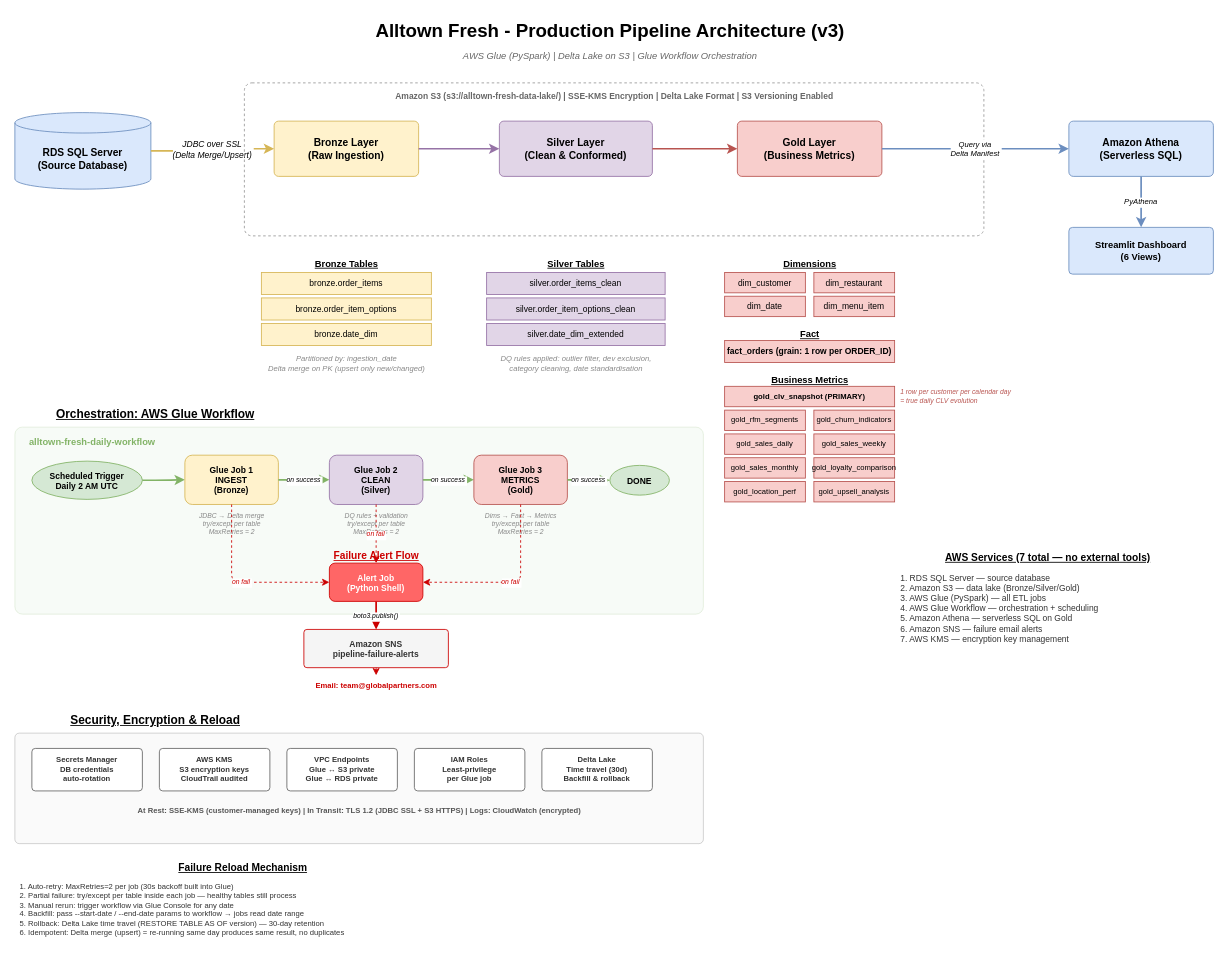
The draw.io diagram architecture_v3.drawio in baanu007/retail-medallion-pipeline, before the edit. Source tidied: cells renumbered, new cells numbered last; positions are measured from the earlier drawing's top-left corner, leaving out a move shared by most shapes. Both pictures are drawn from the tidied source at 85%, with x=0, y=0 at pixel (14, 14).
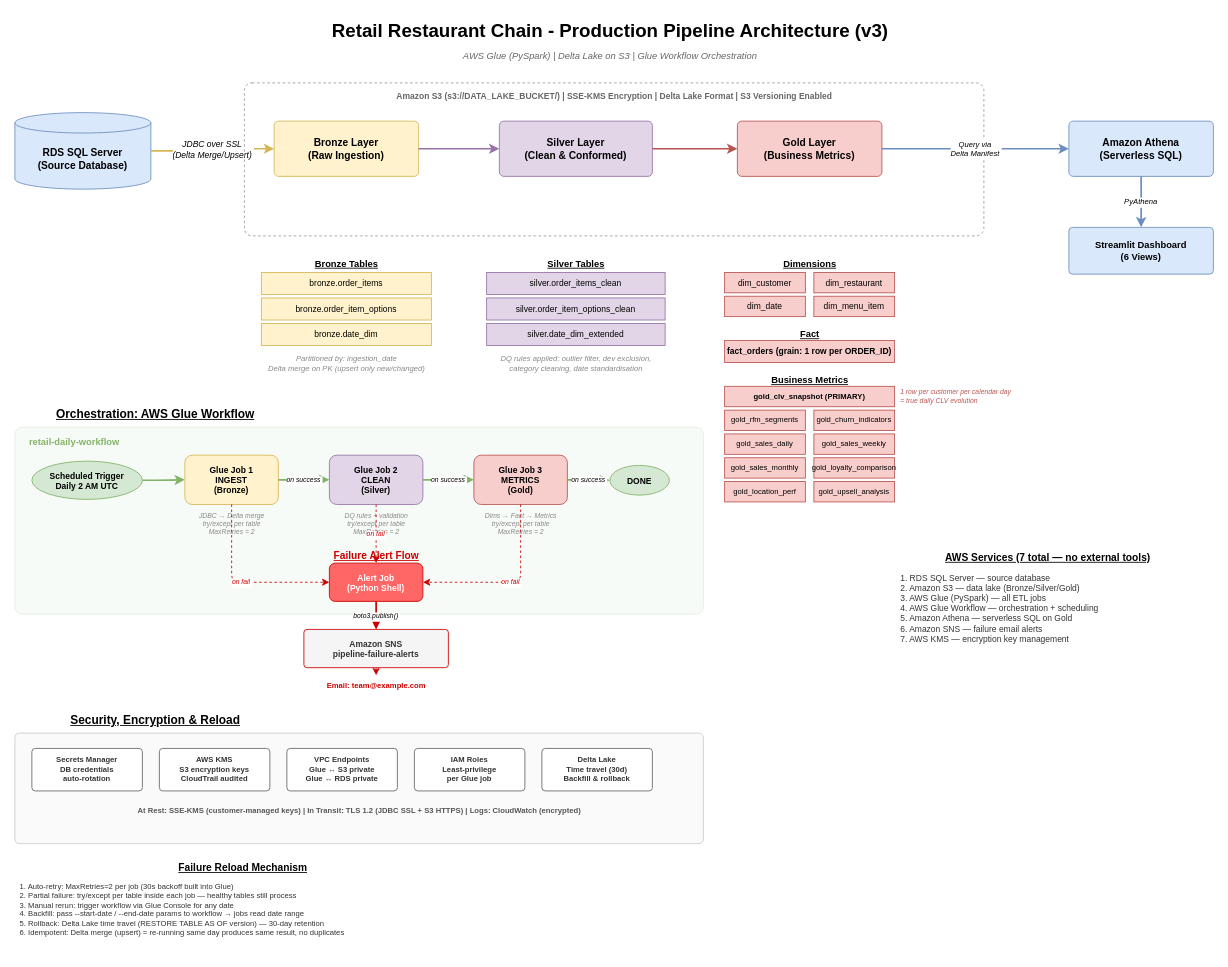
The same page after the edit.

Commit message (it also covers changes not shown here):
security: scrub client identifiers from drawio + docx; remove rendered JPG (#3)

Change to the diagram source:
```diff
@@
-    <mxCell id="2" value="Alltown Fresh - Production Pipeline Architecture (v3)" style="text;html=1;fontSize=22;fontStyle=1;align=center;verticalAlign=middle;" parent="1" vertex="1">
+    <mxCell id="2" value="Retail Restaurant Chain - Production Pipeline Architecture (v3)" style="text;html=1;fontSize=22;fontStyle=1;align=center;verticalAlign=middle;" parent="1" vertex="1">
       <mxGeometry x="400" width="600" height="40" as="geometry" />
     </mxCell>
@@
-    <mxCell id="7" value="Amazon S3 (s3://alltown-fresh-data-lake/)  |  SSE-KMS Encryption  |  Delta Lake Format  |  S3 Versioning Enabled" style="text;html=1;fontSize=10;fontStyle=1;align=center;fontColor=#666666;" parent="1" vertex="1">
+    <mxCell id="7" value="Amazon S3 (s3://DATA_LAKE_BUCKET/)  |  SSE-KMS Encryption  |  Delta Lake Format  |  S3 Versioning Enabled" style="text;html=1;fontSize=10;fontStyle=1;align=center;fontColor=#666666;" parent="1" vertex="1">
       <mxGeometry x="320" y="83" width="770" height="18" as="geometry" />
     </mxCell>
@@
-    <mxCell id="47" value="alltown-fresh-daily-workflow" style="text;html=1;fontSize=11;fontStyle=1;align=left;fontColor=#82b366;" parent="1" vertex="1">
+    <mxCell id="47" value="retail-daily-workflow" style="text;html=1;fontSize=11;fontStyle=1;align=left;fontColor=#82b366;" parent="1" vertex="1">
       <mxGeometry x="15" y="490" width="250" height="18" as="geometry" />
     </mxCell>
@@
-    <mxCell id="67" value="Email: team@globalpartners.com" style="text;html=1;fontSize=9;fontStyle=1;align=center;fontColor=#CC0000;" parent="1" vertex="1">
+    <mxCell id="67" value="Email: team@example.com" style="text;html=1;fontSize=9;fontStyle=1;align=center;fontColor=#CC0000;" parent="1" vertex="1">
       <mxGeometry x="340" y="777" width="170" height="18" as="geometry" />
     </mxCell>
```
